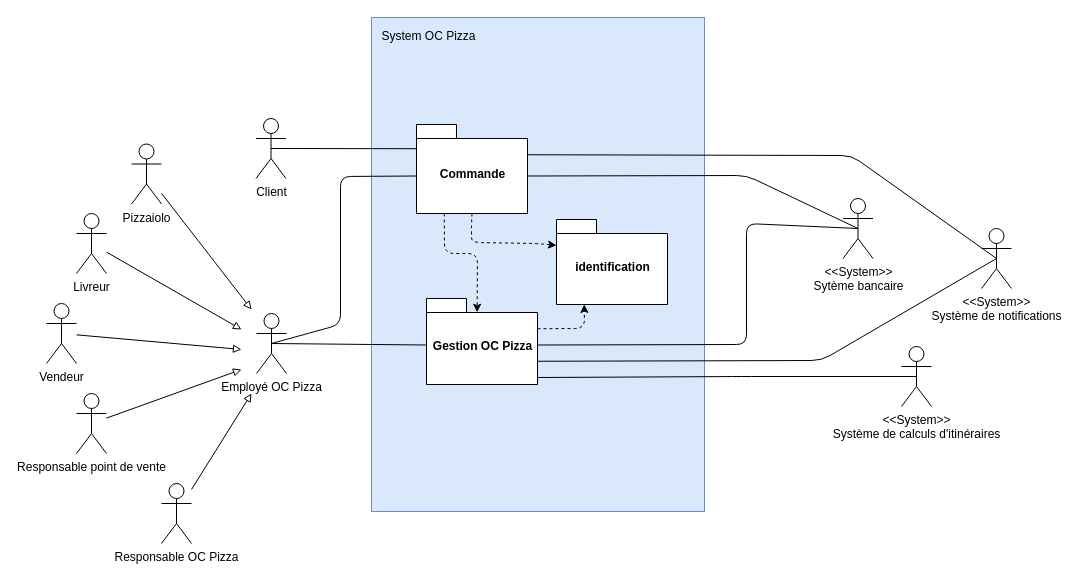
Earlier version of the draw.io diagram Diagramme de package.drawio (vinsbld/OCP). Source tidied: cells renumbered, new cells numbered last; positions are measured from the earlier drawing's top-left corner, leaving out a move shared by most shapes. Both pictures are drawn from the tidied source at 100%, with x=0, y=0 at pixel (46, 17).
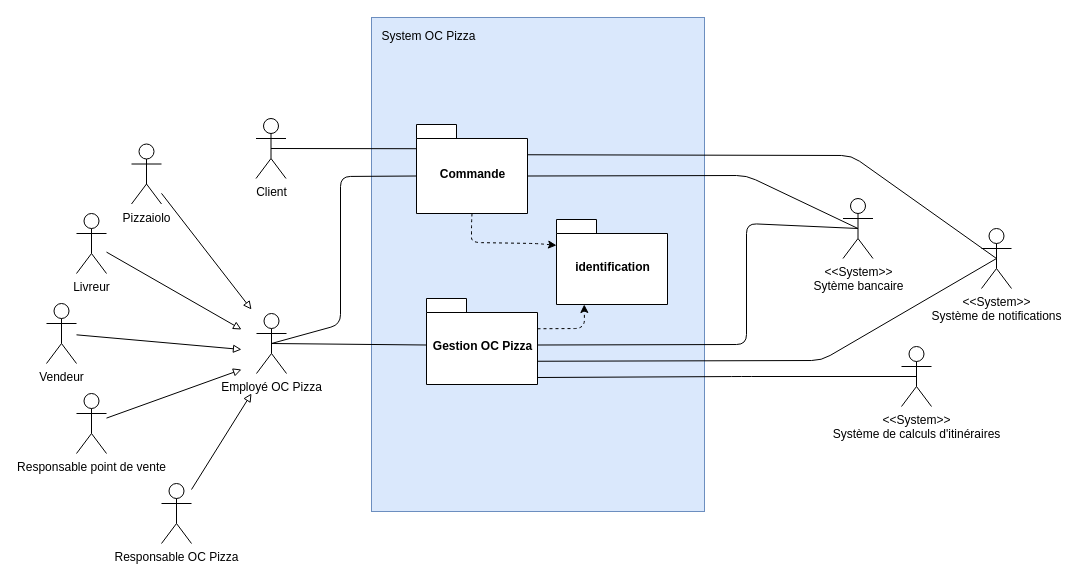
After the change.

The change refers to these unchanged cells:
```xml
<mxCell id="16" value="Commande" style="shape=folder;fontStyle=1;spacingTop=10;tabWidth=40;tabHeight=14;tabPosition=left;html=1;" parent="1" vertex="1">
  <mxGeometry x="370" y="107" width="111" height="89" as="geometry" />
</mxCell>
<mxCell id="18" value="Gestion OC Pizza" style="shape=folder;fontStyle=1;spacingTop=10;tabWidth=40;tabHeight=14;tabPosition=left;html=1;" parent="1" vertex="1">
  <mxGeometry x="380" y="281" width="111" height="86" as="geometry" />
</mxCell>
```

The edit, as a diff of the source:
```diff
@@
-    <mxCell id="23" style="endArrow=classic;html=1;strokeColor=#000000;entryX=0.456;entryY=0.16;entryDx=0;entryDy=0;entryPerimeter=0;exitX=0.25;exitY=1;exitDx=0;exitDy=0;exitPerimeter=0;dashed=1;" parent="1" edge="1" source="16" target="18">
-      <mxGeometry relative="1" as="geometry">
-        <Array as="points">
-          <mxPoint x="398" y="236" />
-          <mxPoint x="431" y="236" />
-        </Array>
-      </mxGeometry>
-    </mxCell>
```
